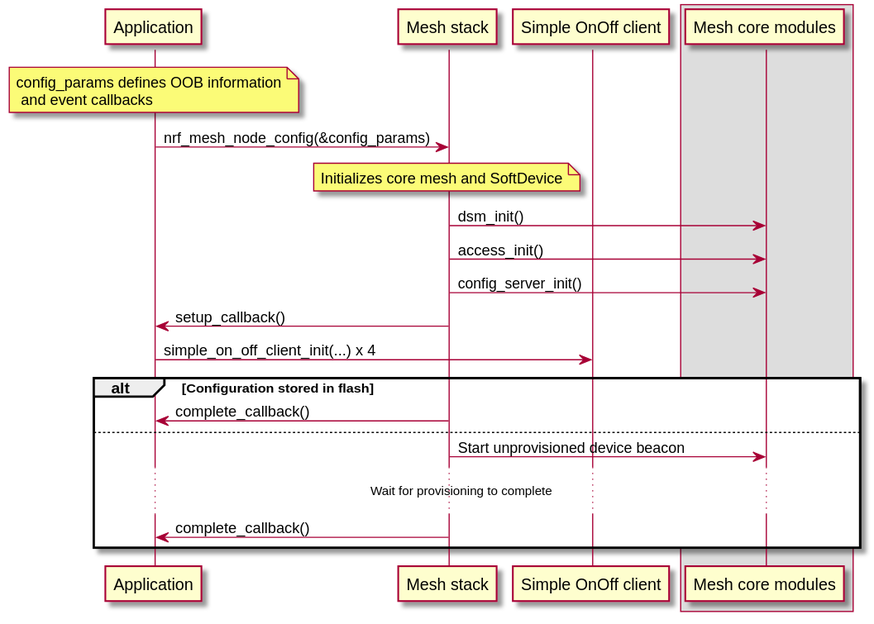
Earlier version of the PlantUML export mesh_sdk/doc/getting_started/img/light_switch_client_interface.svg (isundaylee/nRF5). The source it was exported from:
```plantuml
@startuml
skinparam defaultFontName Arial
participant a as "Application"
participant c as "Mesh stack"
participant s as "Simple OnOff client"
box
participant core as "Mesh core modules"
end box

note over a: config_params defines OOB information\n and event callbacks
a -> c: nrf_mesh_node_config(&config_params)

note over c: Initializes core mesh and SoftDevice
c -> core: dsm_init()
c -> core: access_init()
c -> core: config_server_init()
c -> a: setup_callback()
a -> s: simple_on_off_client_init(...) x 4

alt Configuration stored in flash
    c -> a: complete_callback()
else
    c -> core: Start unprovisioned device beacon
    ... Wait for provisioning to complete ...
    c -> a: complete_callback()
end

@enduml
```
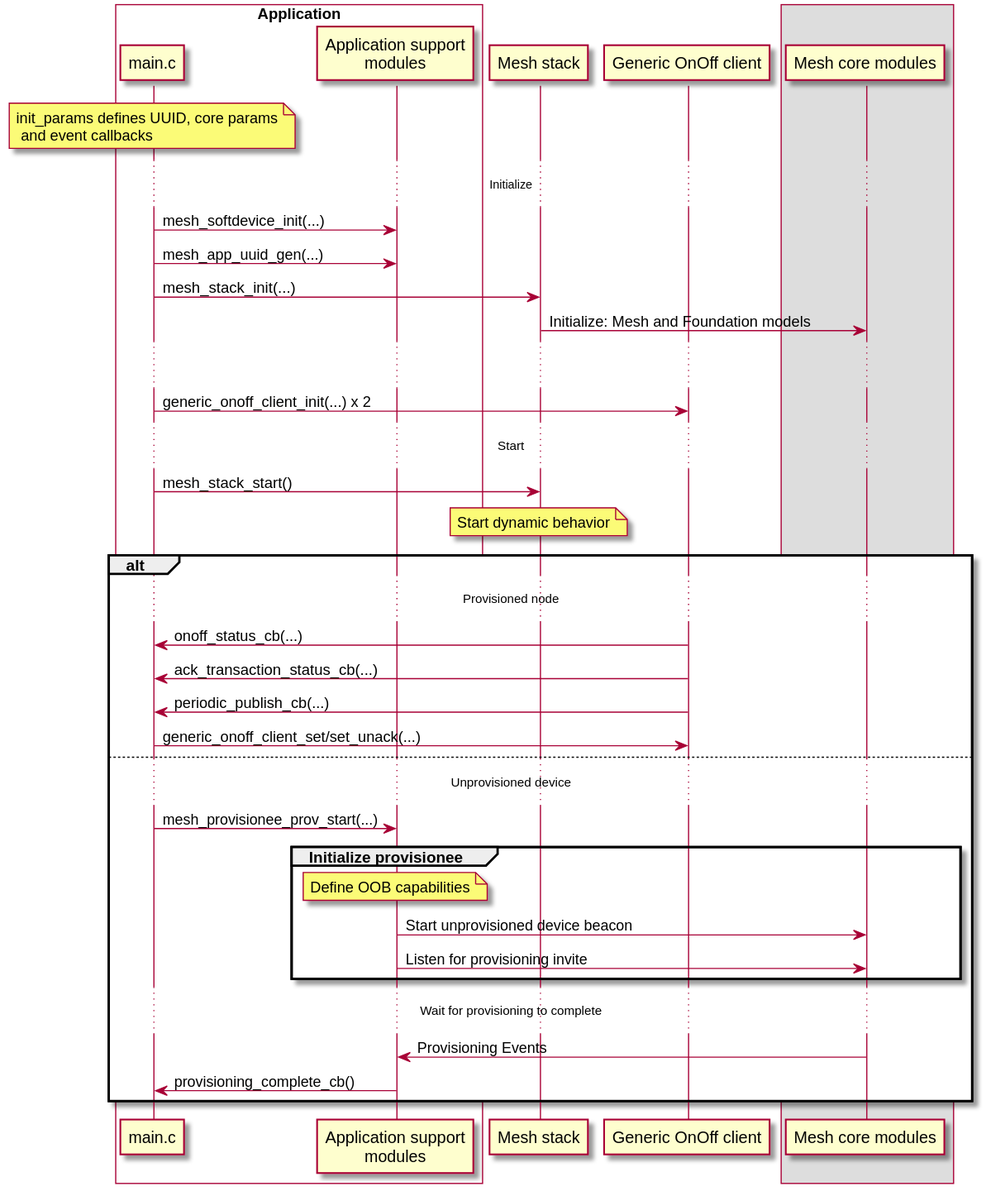
After the commit.

What changed in the source:
```diff
@@ -1,28 +1,45 @@
 @startuml
 skinparam defaultFontName Arial
-participant a as "Application"
+box "Application" #FFFFFF
+participant a as "main.c"
+participant ah as "Application support\nmodules"
+end box
 participant c as "Mesh stack"
-participant s as "Simple OnOff client"
+participant s as "Generic OnOff client"
 box
 participant core as "Mesh core modules"
 end box
 
-note over a: config_params defines OOB information\n and event callbacks
-a -> c: nrf_mesh_node_config(&config_params)
+note over a: init_params defines UUID, core params\n and event callbacks
+... Initialize ...
+a -> ah: mesh_softdevice_init(...)
+a -> ah: mesh_app_uuid_gen(...)
+a -> c: mesh_stack_init(...)
+c -> core: Initialize: Mesh and Foundation models
+... ...
+a -> s: generic_onoff_client_init(...) x 2
+... Start ...
+a -> c: mesh_stack_start()
+note over c: Start dynamic behavior
 
-note over c: Initializes core mesh and SoftDevice
-c -> core: dsm_init()
-c -> core: access_init()
-c -> core: config_server_init()
-c -> a: setup_callback()
-a -> s: simple_on_off_client_init(...) x 4
 
-alt Configuration stored in flash
-    c -> a: complete_callback()
+alt
+    ... Provisioned node ...
+    a <- s: onoff_status_cb(...)
+    a <- s: ack_transaction_status_cb(...)
+    a <- s: periodic_publish_cb(...)
+    a -> s: generic_onoff_client_set/set_unack(...)
 else
-    c -> core: Start unprovisioned device beacon
+    ... Unprovisioned device ...
+    a -> ah: mesh_provisionee_prov_start(...)
+    group Initialize provisionee
+    note over ah: Define OOB capabilities
+    ah -> core: Start unprovisioned device beacon
+    ah -> core: Listen for provisioning invite
+    end
     ... Wait for provisioning to complete ...
-    c -> a: complete_callback()
+    core -> ah: Provisioning Events
+    ah -> a: provisioning_complete_cb()
 end
 
 @enduml
```
